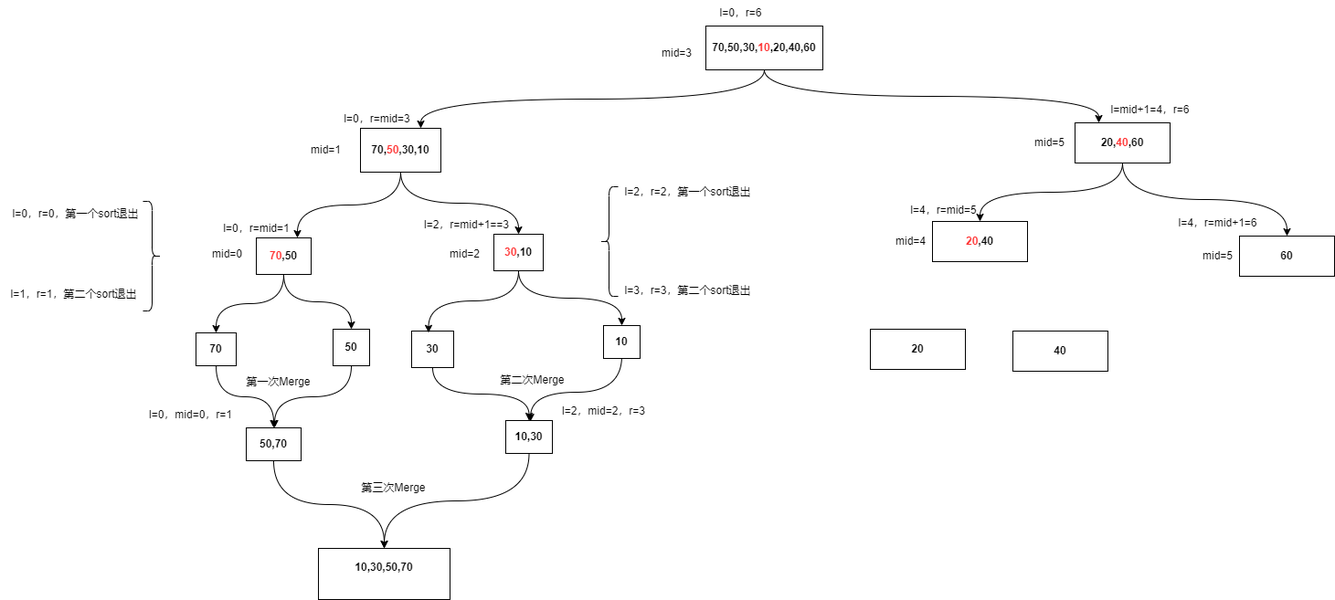
The draw.io diagram AlgorithmsAndDataStructures/归并算法.drawio.png in wjb0823/drawio, before a commit. Source tidied: cells renumbered, new cells last; positions are measured from the earlier drawing's top-left corner, leaving out a move shared by most shapes.
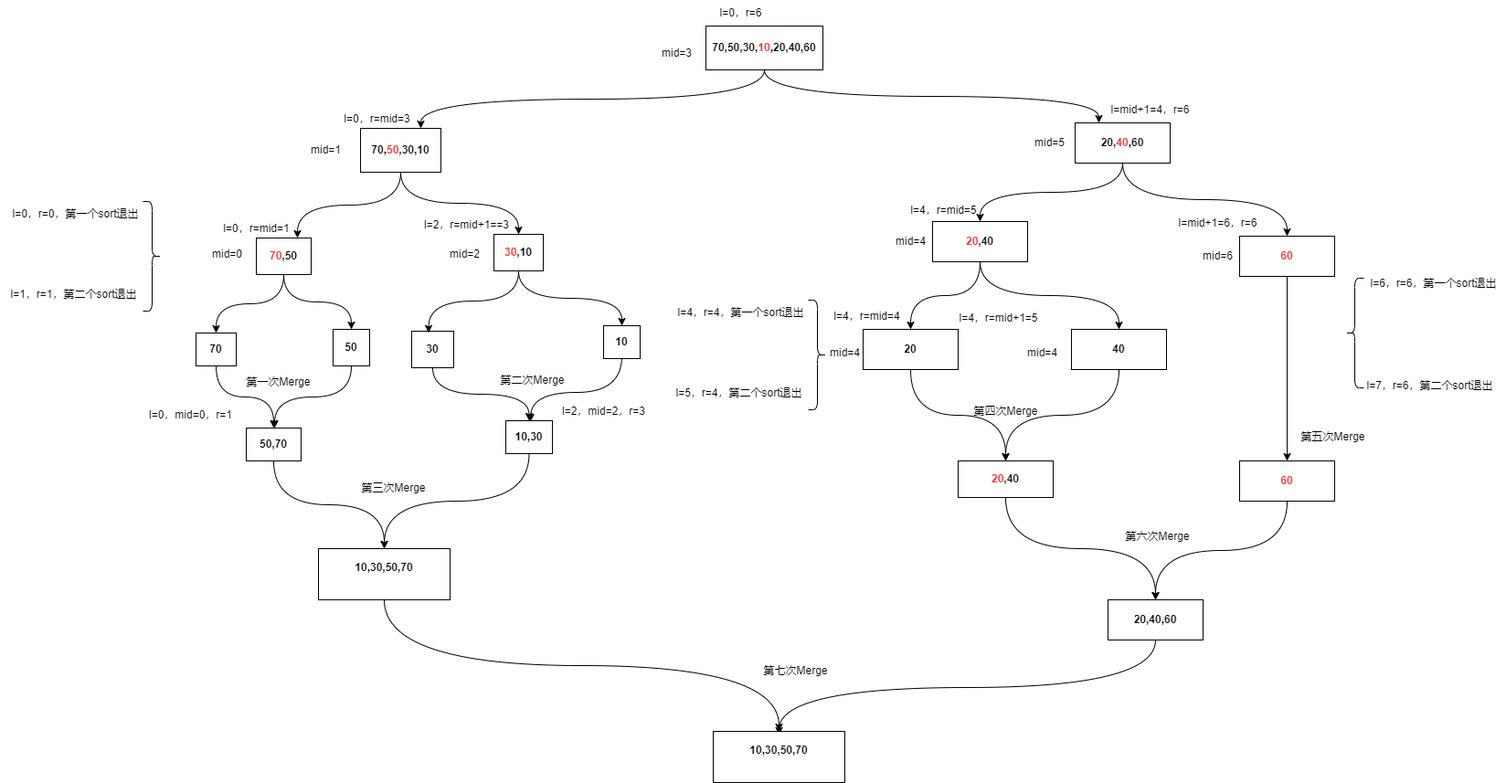
The same diagram one commit later.

Commit message:
更新归并算法.drawio.png

Change to the diagram source:
```diff
@@ -50,11 +50,11 @@
     <mxCell id="17" value="l=0，r=mid=1" style="text;html=1;align=center;verticalAlign=middle;strokeColor=none;fillColor=none;" parent="1" vertex="1">
       <mxGeometry x="232" y="236" width="96" height="28" as="geometry" />
     </mxCell>
-    <mxCell id="18" value="l=2，r=2，第一个sort退出" style="text;html=1;align=center;verticalAlign=middle;strokeColor=none;fillColor=none;" parent="1" vertex="1">
-      <mxGeometry x="672" y="196" width="160" height="28" as="geometry" />
+    <mxCell id="18" value="l=6，r=6，第一个sort退出" style="text;html=1;align=center;verticalAlign=middle;strokeColor=none;fillColor=none;" parent="1" vertex="1">
+      <mxGeometry x="1488" y="296" width="160" height="28" as="geometry" />
     </mxCell>
-    <mxCell id="19" value="l=3，r=3，第二个sort退出" style="text;html=1;align=center;verticalAlign=middle;strokeColor=none;fillColor=none;" parent="1" vertex="1">
-      <mxGeometry x="672" y="304" width="160" height="28" as="geometry" />
+    <mxCell id="19" value="l=7，r=6，第二个sort退出" style="text;html=1;align=center;verticalAlign=middle;strokeColor=none;fillColor=none;" parent="1" vertex="1">
+      <mxGeometry x="1484" y="408" width="160" height="28" as="geometry" />
     </mxCell>
     <mxCell id="20" style="edgeStyle=orthogonalEdgeStyle;rounded=0;jettySize=auto;html=1;entryX=0.5;entryY=0;entryDx=0;entryDy=0;curved=1;exitX=0.5;exitY=1;exitDx=0;exitDy=0;" parent="1" edge="1" source="21" target="25">
       <mxGeometry relative="1" as="geometry" />
@@ -127,6 +127,9 @@
     <mxCell id="39" value="l=1，r=1，第二个sort退出" style="text;html=1;align=center;verticalAlign=middle;strokeColor=none;fillColor=none;" parent="1" vertex="1">
       <mxGeometry y="308" width="160" height="28" as="geometry" />
     </mxCell>
+    <mxCell id="59" style="edgeStyle=orthogonalEdgeStyle;rounded=0;jettySize=auto;html=1;entryX=0.5;entryY=0;entryDx=0;entryDy=0;curved=1;exitX=0.5;exitY=1;exitDx=0;exitDy=0;" parent="1" edge="1" source="40" target="80">
+      <mxGeometry relative="1" as="geometry" />
+    </mxCell>
     <mxCell id="40" value="&lt;b style=&quot;&quot;&gt;10,30,50,70&lt;br&gt;&lt;/b&gt;&lt;b style=&quot;&quot;&gt;&lt;br&gt;&lt;/b&gt;" style="rounded=0;whiteSpace=wrap;html=1;" parent="1" vertex="1">
       <mxGeometry x="348" y="600" width="144" height="56" as="geometry" />
     </mxCell>
@@ -137,7 +140,7 @@
       <mxGeometry x="156" y="220" width="20" height="120" as="geometry" />
     </mxCell>
     <mxCell id="43" style="shape=curlyBracket;whiteSpace=wrap;html=1;rounded=1;labelPosition=left;verticalLabelPosition=middle;align=right;verticalAlign=middle;" parent="1" vertex="1">
-      <mxGeometry x="656" y="204" width="20" height="120" as="geometry" />
+      <mxGeometry x="1472" y="304" width="20" height="120" as="geometry" />
     </mxCell>
     <mxCell id="44" value="l=mid+1=4，r=6" style="text;html=1;align=center;verticalAlign=middle;strokeColor=none;fillColor=none;" parent="1" vertex="1">
       <mxGeometry x="1204" y="106" width="108" height="28" as="geometry" />
@@ -154,10 +157,19 @@
     <mxCell id="48" value="l=2，mid=2，r=3" style="text;html=1;align=center;verticalAlign=middle;strokeColor=none;fillColor=none;" parent="1" vertex="1">
       <mxGeometry x="604" y="436" width="112" height="28" as="geometry" />
     </mxCell>
+    <mxCell id="60" style="edgeStyle=orthogonalEdgeStyle;rounded=0;jettySize=auto;html=1;exitX=0.5;exitY=1;exitDx=0;exitDy=0;entryX=0.5;entryY=0;entryDx=0;entryDy=0;curved=1;" parent="1" edge="1" source="49" target="57">
+      <mxGeometry relative="1" as="geometry" />
+    </mxCell>
+    <mxCell id="61" style="edgeStyle=orthogonalEdgeStyle;rounded=0;jettySize=auto;html=1;exitX=0.5;exitY=1;exitDx=0;exitDy=0;entryX=0.5;entryY=0;entryDx=0;entryDy=0;curved=1;" parent="1" edge="1" source="49" target="58">
+      <mxGeometry relative="1" as="geometry" />
+    </mxCell>
     <mxCell id="49" value="&lt;b&gt;&lt;font color=&quot;#ff3333&quot;&gt;20&lt;/font&gt;,40&lt;/b&gt;" style="rounded=0;whiteSpace=wrap;html=1;" parent="1" vertex="1">
       <mxGeometry x="1020" y="242" width="104" height="44" as="geometry" />
     </mxCell>
+    <mxCell id="62" style="edgeStyle=orthogonalEdgeStyle;rounded=0;jettySize=auto;html=1;exitX=0.5;exitY=1;exitDx=0;exitDy=0;entryX=0.5;entryY=0;entryDx=0;entryDy=0;" parent="1" edge="1" source="50" target="76">
+      <mxGeometry relative="1" as="geometry" />
+    </mxCell>
-    <mxCell id="50" value="&lt;b&gt;60&lt;/b&gt;" style="rounded=0;whiteSpace=wrap;html=1;" parent="1" vertex="1">
+    <mxCell id="50" value="&lt;b&gt;&lt;font color=&quot;#ff3333&quot;&gt;60&lt;/font&gt;&lt;/b&gt;" style="rounded=0;whiteSpace=wrap;html=1;" parent="1" vertex="1">
       <mxGeometry x="1356" y="258" width="104" height="44" as="geometry" />
     </mxCell>
     <mxCell id="51" value="mid=5" style="text;html=1;align=center;verticalAlign=middle;strokeColor=none;fillColor=none;" parent="1" vertex="1">
@@ -169,20 +181,82 @@
     <mxCell id="53" style="edgeStyle=orthogonalEdgeStyle;rounded=0;jettySize=auto;html=1;exitX=0.5;exitY=1;exitDx=0;exitDy=0;entryX=0.5;entryY=0;entryDx=0;entryDy=0;curved=1;" parent="1" edge="1" source="6" target="49">
       <mxGeometry relative="1" as="geometry" />
     </mxCell>
-    <mxCell id="54" value="l=4，r=mid+1=6" style="text;html=1;align=center;verticalAlign=middle;strokeColor=none;fillColor=none;" parent="1" vertex="1">
+    <mxCell id="54" value="l=mid+1=6，r=6" style="text;html=1;align=center;verticalAlign=middle;strokeColor=none;fillColor=none;" parent="1" vertex="1">
       <mxGeometry x="1278" y="230" width="108" height="28" as="geometry" />
     </mxCell>
     <mxCell id="55" value="mid=4" style="text;html=1;align=center;verticalAlign=middle;strokeColor=none;fillColor=none;" parent="1" vertex="1">
       <mxGeometry x="968" y="250" width="56" height="28" as="geometry" />
     </mxCell>
-    <mxCell id="56" value="mid=5" style="text;html=1;align=center;verticalAlign=middle;strokeColor=none;fillColor=none;" parent="1" vertex="1">
+    <mxCell id="56" value="mid=6" style="text;html=1;align=center;verticalAlign=middle;strokeColor=none;fillColor=none;" parent="1" vertex="1">
       <mxGeometry x="1304" y="266" width="56" height="28" as="geometry" />
     </mxCell>
+    <mxCell id="63" style="edgeStyle=orthogonalEdgeStyle;rounded=0;jettySize=auto;html=1;exitX=0.5;exitY=1;exitDx=0;exitDy=0;entryX=0.5;entryY=0;entryDx=0;entryDy=0;curved=1;" parent="1" edge="1" source="57" target="73">
+      <mxGeometry relative="1" as="geometry" />
+    </mxCell>
     <mxCell id="57" value="&lt;b&gt;20&lt;/b&gt;" style="rounded=0;whiteSpace=wrap;html=1;" parent="1" vertex="1">
-      <mxGeometry x="952" y="360" width="104" height="44" as="geometry" />
+      <mxGeometry x="944" y="360" width="104" height="44" as="geometry" />
     </mxCell>
+    <mxCell id="64" style="edgeStyle=orthogonalEdgeStyle;rounded=0;jettySize=auto;html=1;exitX=0.5;exitY=1;exitDx=0;exitDy=0;entryX=0.5;entryY=0;entryDx=0;entryDy=0;curved=1;" parent="1" edge="1" source="58" target="73">
+      <mxGeometry relative="1" as="geometry" />
+    </mxCell>
     <mxCell id="58" value="&lt;b&gt;40&lt;/b&gt;" style="rounded=0;whiteSpace=wrap;html=1;" parent="1" vertex="1">
-      <mxGeometry x="1108" y="362" width="104" height="44" as="geometry" />
+      <mxGeometry x="1172" y="360" width="104" height="44" as="geometry" />
     </mxCell>
+    <mxCell id="65" value="l=4，r=mid=4" style="text;html=1;align=center;verticalAlign=middle;strokeColor=none;fillColor=none;" parent="1" vertex="1">
+      <mxGeometry x="900" y="332" width="96" height="28" as="geometry" />
+    </mxCell>
+    <mxCell id="66" value="mid=4" style="text;html=1;align=center;verticalAlign=middle;strokeColor=none;fillColor=none;" parent="1" vertex="1">
+      <mxGeometry x="896" y="372" width="56" height="28" as="geometry" />
+    </mxCell>
+    <mxCell id="67" value="l=4，r=mid+1=5" style="text;html=1;align=center;verticalAlign=middle;strokeColor=none;fillColor=none;" parent="1" vertex="1">
+      <mxGeometry x="1038" y="334" width="108" height="28" as="geometry" />
+    </mxCell>
+    <mxCell id="68" value="mid=4" style="text;html=1;align=center;verticalAlign=middle;strokeColor=none;fillColor=none;" parent="1" vertex="1">
+      <mxGeometry x="1112" y="372" width="56" height="28" as="geometry" />
+    </mxCell>
+    <mxCell id="69" value="l=4，r=4，第一个sort退出" style="text;html=1;align=center;verticalAlign=middle;strokeColor=none;fillColor=none;" parent="1" vertex="1">
+      <mxGeometry x="730" y="328" width="160" height="28" as="geometry" />
+    </mxCell>
+    <mxCell id="70" value="l=5，r=4，第二个sort退出" style="text;html=1;align=center;verticalAlign=middle;strokeColor=none;fillColor=none;" parent="1" vertex="1">
+      <mxGeometry x="728" y="416" width="160" height="28" as="geometry" />
+    </mxCell>
+    <mxCell id="71" style="shape=curlyBracket;whiteSpace=wrap;html=1;rounded=1;flipH=1;labelPosition=right;verticalLabelPosition=middle;align=left;verticalAlign=middle;" parent="1" vertex="1">
+      <mxGeometry x="884" y="328" width="20" height="120" as="geometry" />
+    </mxCell>
+    <mxCell id="72" style="edgeStyle=orthogonalEdgeStyle;rounded=0;jettySize=auto;html=1;entryX=0.5;entryY=0;entryDx=0;entryDy=0;exitX=0.5;exitY=1;exitDx=0;exitDy=0;curved=1;" parent="1" edge="1" source="73" target="79">
+      <mxGeometry relative="1" as="geometry" />
+    </mxCell>
+    <mxCell id="73" value="&lt;b&gt;&lt;font color=&quot;#ff3333&quot;&gt;20&lt;/font&gt;,40&lt;/b&gt;" style="rounded=0;whiteSpace=wrap;html=1;" parent="1" vertex="1">
+      <mxGeometry x="1048" y="504" width="104" height="40" as="geometry" />
+    </mxCell>
+    <mxCell id="74" value="第四次Merge" style="text;html=1;align=center;verticalAlign=middle;strokeColor=none;fillColor=none;" parent="1" vertex="1">
+      <mxGeometry x="1054" y="436" width="92" height="28" as="geometry" />
+    </mxCell>
+    <mxCell id="75" style="edgeStyle=orthogonalEdgeStyle;rounded=0;jettySize=auto;html=1;exitX=0.5;exitY=1;exitDx=0;exitDy=0;curved=1;entryX=0.5;entryY=0;entryDx=0;entryDy=0;" parent="1" edge="1" source="76" target="79">
+      <mxGeometry relative="1" as="geometry" />
+    </mxCell>
+    <mxCell id="76" value="&lt;b&gt;&lt;font color=&quot;#ff3333&quot;&gt;60&lt;/font&gt;&lt;/b&gt;" style="rounded=0;whiteSpace=wrap;html=1;" parent="1" vertex="1">
+      <mxGeometry x="1356" y="504" width="104" height="44" as="geometry" />
+    </mxCell>
+    <mxCell id="77" value="第五次Merge" style="text;html=1;align=center;verticalAlign=middle;strokeColor=none;fillColor=none;" parent="1" vertex="1">
+      <mxGeometry x="1412" y="464" width="92" height="28" as="geometry" />
+    </mxCell>
+    <mxCell id="78" style="edgeStyle=orthogonalEdgeStyle;rounded=0;jettySize=auto;html=1;exitX=0.5;exitY=1;exitDx=0;exitDy=0;curved=1;" parent="1" edge="1" source="79">
+      <mxGeometry relative="1" as="geometry">
+        <mxPoint x="852" y="804" as="targetPoint" />
+      </mxGeometry>
+    </mxCell>
+    <mxCell id="79" value="&lt;b&gt;20,40,60&lt;/b&gt;" style="rounded=0;whiteSpace=wrap;html=1;" parent="1" vertex="1">
+      <mxGeometry x="1212" y="656" width="104" height="44" as="geometry" />
+    </mxCell>
+    <mxCell id="80" value="&lt;b style=&quot;&quot;&gt;10,30,50,70&lt;br&gt;&lt;/b&gt;&lt;b style=&quot;&quot;&gt;&lt;br&gt;&lt;/b&gt;" style="rounded=0;whiteSpace=wrap;html=1;" parent="1" vertex="1">
+      <mxGeometry x="780" y="800" width="144" height="56" as="geometry" />
+    </mxCell>
+    <mxCell id="81" value="第六次Merge" style="text;html=1;align=center;verticalAlign=middle;strokeColor=none;fillColor=none;" parent="1" vertex="1">
+      <mxGeometry x="1220" y="573" width="92" height="28" as="geometry" />
+    </mxCell>
+    <mxCell id="82" value="第七次Merge" style="text;html=1;align=center;verticalAlign=middle;strokeColor=none;fillColor=none;" parent="1" vertex="1">
+      <mxGeometry x="824" y="720" width="92" height="28" as="geometry" />
+    </mxCell>
   </root>
 </mxGraphModel>
```
